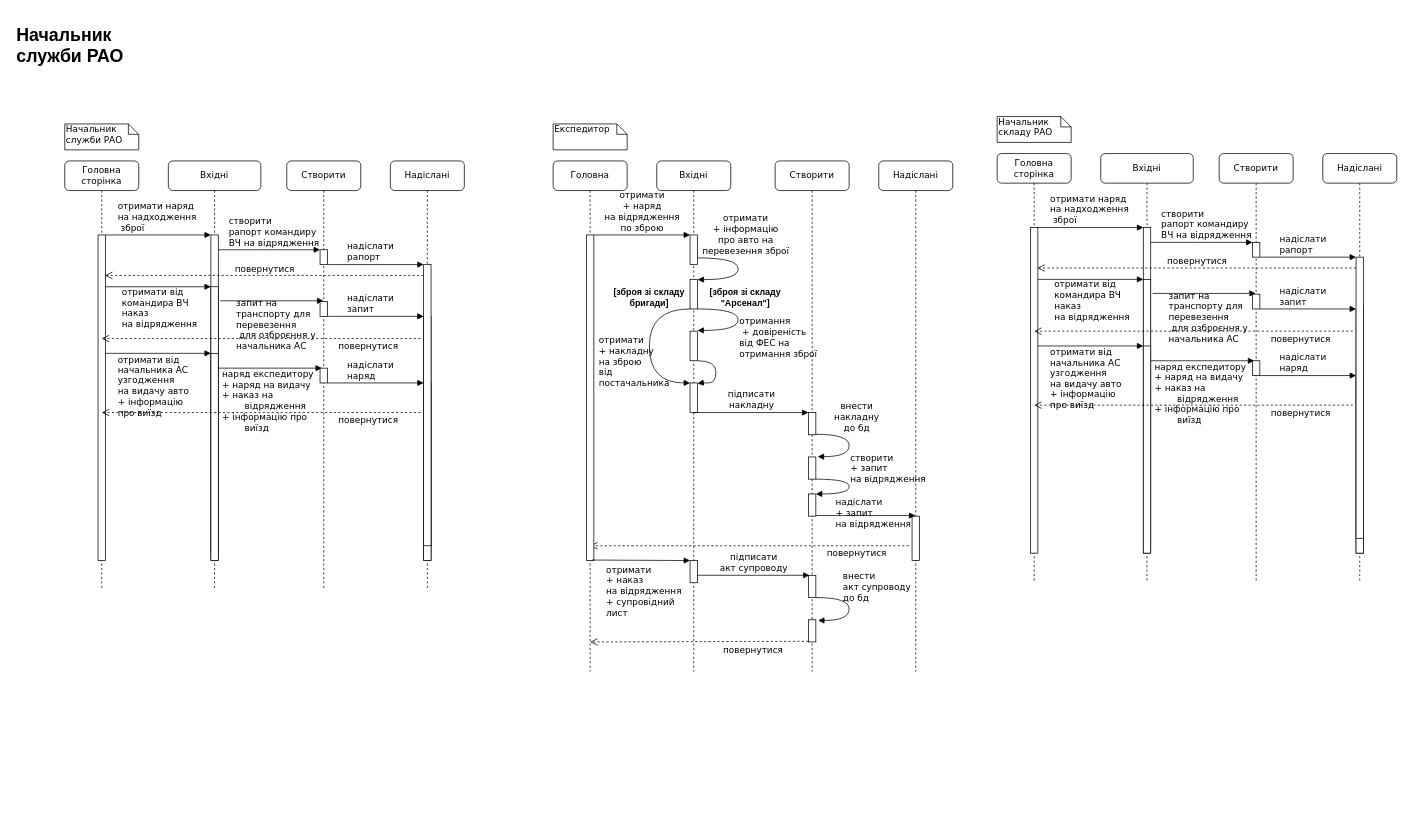
This is sequence_diagrams.drawio from AnnaBozhenko/Property-accounting-service, a draw.io file, before an edit. Source tidied: cells renumbered, new cells numbered last; positions are measured from the earlier drawing's top-left corner, leaving out a move shared by most shapes. Both pictures are drawn from the tidied source at 74%, with x=0, y=0 at pixel (13, 20).
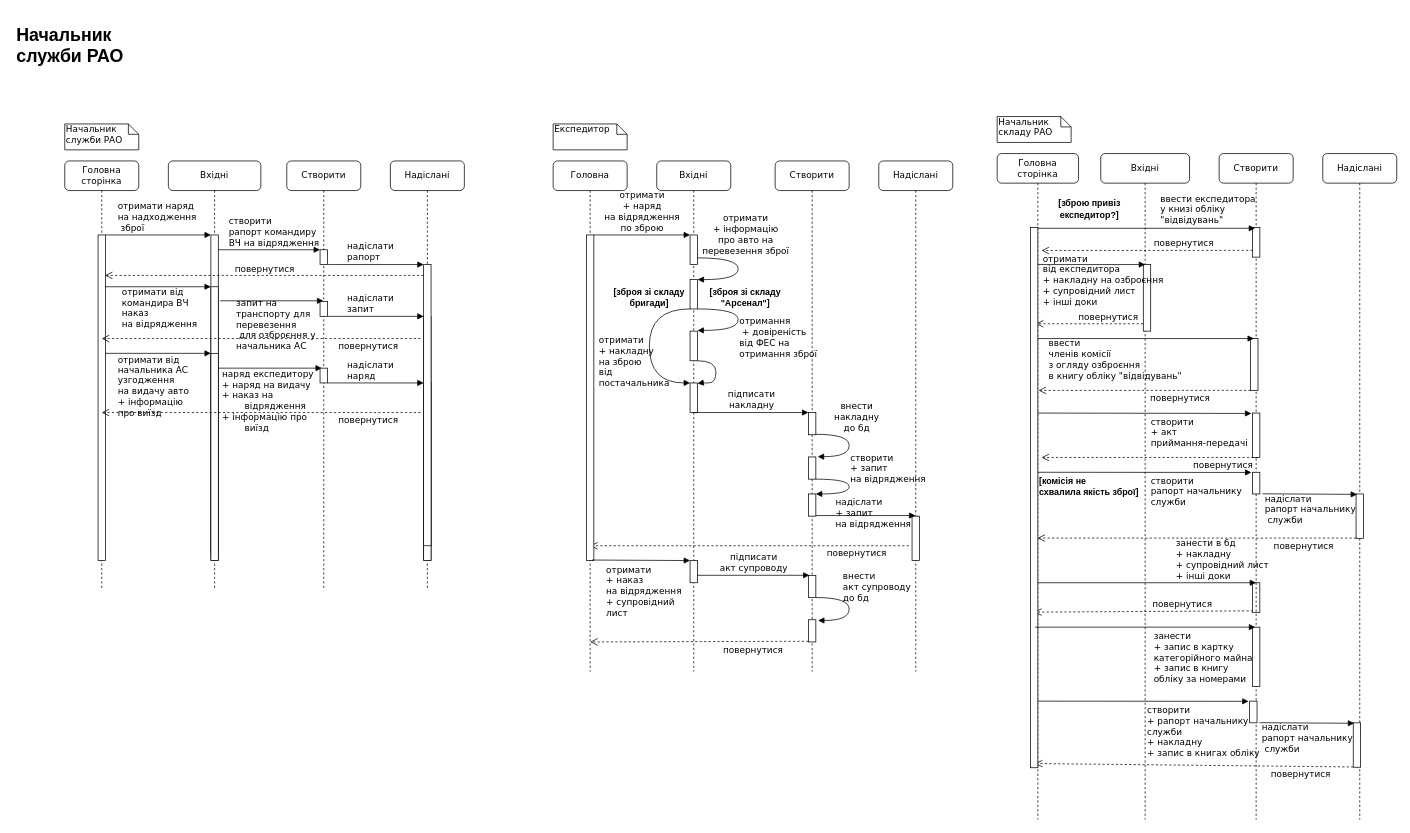
The same page after the edit.

Commit message:
Added base header sctivities

What changed in the source:
```diff
@@
     <mxCell id="63" value="Надіслані" style="shape=umlLifeline;perimeter=lifelinePerimeter;whiteSpace=wrap;html=1;rounded=1;shadow=0;comic=0;labelBackgroundColor=none;strokeWidth=1;fontFamily=Verdana;fontSize=12;align=center;" parent="1" vertex="1">
-      <mxGeometry x="1770" y="180" width="100" height="580" as="geometry" />
+      <mxGeometry x="1770" y="180" width="100" height="900" as="geometry" />
     </mxCell>
-    <mxCell id="64" style="html=1;perimeter=orthogonalPerimeter;rounded=0;shadow=0;comic=0;labelBackgroundColor=none;strokeWidth=1;fontFamily=Verdana;fontSize=12;align=center;" parent="63" vertex="1">
-      <mxGeometry x="45" y="210" width="10" height="330" as="geometry" />
-    </mxCell>
-    <mxCell id="65" style="html=1;perimeter=orthogonalPerimeter;rounded=0;shadow=0;comic=0;labelBackgroundColor=none;strokeWidth=1;fontFamily=Verdana;fontSize=12;align=center;" parent="63" vertex="1">
-      <mxGeometry x="45" y="300" width="10" height="240" as="geometry" />
-    </mxCell>
-    <mxCell id="66" style="html=1;points=[];perimeter=orthogonalPerimeter;rounded=0;shadow=0;comic=0;labelBackgroundColor=none;strokeWidth=1;fontFamily=Verdana;fontSize=12;align=center;" parent="1" vertex="1">
-      <mxGeometry x="1815" y="320" width="10" height="380" as="geometry" />
-    </mxCell>
+    <mxCell id="90" style="html=1;points=[];perimeter=orthogonalPerimeter;rounded=0;shadow=0;comic=0;labelBackgroundColor=none;strokeWidth=1;fontFamily=Verdana;fontSize=12;align=center;" parent="63" vertex="1">
+      <mxGeometry x="45" y="460" width="10" height="60" as="geometry" />
+    </mxCell>
     <mxCell id="67" value="Вхідні" style="shape=umlLifeline;perimeter=lifelinePerimeter;whiteSpace=wrap;html=1;rounded=1;shadow=0;comic=0;labelBackgroundColor=none;strokeWidth=1;fontFamily=Verdana;fontSize=12;align=center;" parent="1" vertex="1">
-      <mxGeometry x="1470" y="180" width="125" height="580" as="geometry" />
+      <mxGeometry x="1470" y="180" width="120" height="900" as="geometry" />
     </mxCell>
-    <mxCell id="68" style="html=1;points=[];perimeter=orthogonalPerimeter;rounded=0;shadow=0;comic=0;labelBackgroundColor=none;strokeWidth=1;fontFamily=Verdana;fontSize=12;align=center;" parent="67" vertex="1">
-      <mxGeometry x="57.5" y="100" width="10" height="440" as="geometry" />
-    </mxCell>
     <mxCell id="69" style="html=1;perimeter=orthogonalPerimeter;rounded=0;shadow=0;comic=0;labelBackgroundColor=none;strokeWidth=1;fontFamily=Verdana;fontSize=12;align=center;" parent="67" vertex="1">
-      <mxGeometry x="57.5" y="170" width="10" height="360" as="geometry" />
+      <mxGeometry x="57.5" y="150" width="10" height="90" as="geometry" />
     </mxCell>
-    <mxCell id="70" style="html=1;perimeter=orthogonalPerimeter;rounded=0;shadow=0;comic=0;labelBackgroundColor=none;strokeWidth=1;fontFamily=Verdana;fontSize=12;align=center;" parent="67" vertex="1">
-      <mxGeometry x="57.5" y="260" width="10" height="280" as="geometry" />
-    </mxCell>
-    <mxCell id="71" value="наряд експедитору&amp;nbsp;&lt;br&gt;+ наряд на видачу&lt;br&gt;+ наказ на &lt;br&gt;&lt;span style=&quot;white-space: pre;&quot;&gt;&#9;&lt;/span&gt;відрядження&lt;br&gt;&lt;div style=&quot;&quot;&gt;&lt;span style=&quot;background-color: initial;&quot;&gt;+ інформацію про&amp;nbsp;&lt;/span&gt;&lt;/div&gt;&lt;div style=&quot;&quot;&gt;&lt;span style=&quot;background-color: initial;&quot;&gt;&lt;span style=&quot;white-space: pre;&quot;&gt;&#9;&lt;/span&gt;виїзд&lt;/span&gt;&lt;/div&gt;" style="html=1;verticalAlign=bottom;endArrow=block;labelBackgroundColor=none;fontFamily=Verdana;fontSize=12;align=left;" parent="67" edge="1">
-      <mxGeometry x="-0.96" y="-90" relative="1" as="geometry">
-        <mxPoint x="67.5" y="280" as="sourcePoint" />
-        <mxPoint x="207.5" y="280" as="targetPoint" />
-      </mxGeometry>
-    </mxCell>
+    <mxCell id="91" value="повернутися" style="html=1;verticalAlign=bottom;endArrow=open;dashed=1;endSize=8;labelBackgroundColor=none;fontFamily=Verdana;fontSize=12;entryX=0.9;entryY=0.07;entryDx=0;entryDy=0;entryPerimeter=0;" parent="67" edge="1">
+      <mxGeometry x="-0.34" relative="1" as="geometry">
+        <mxPoint x="57.5" y="230" as="sourcePoint" />
+        <mxPoint x="-87.5" y="230" as="targetPoint" />
+      </mxGeometry>
+    </mxCell>
+    <mxCell id="92" value="отримати&amp;nbsp;&lt;br&gt;від експедитора&lt;br&gt;+ накладну на озброєння&lt;br&gt;+ супровідний лист&lt;br&gt;+ інші доки" style="html=1;verticalAlign=bottom;endArrow=block;labelBackgroundColor=none;fontFamily=Verdana;fontSize=12;align=left;" parent="67" edge="1">
+      <mxGeometry x="-0.93" y="-60" relative="1" as="geometry">
+        <mxPoint x="-85" y="150" as="sourcePoint" />
+        <mxPoint x="60" y="150" as="targetPoint" />
+      </mxGeometry>
+    </mxCell>
+    <mxCell id="93" value="повернутися" style="html=1;verticalAlign=bottom;endArrow=open;dashed=1;endSize=8;labelBackgroundColor=none;fontFamily=Verdana;fontSize=12;entryX=1.352;entryY=0.523;entryDx=0;entryDy=0;entryPerimeter=0;exitX=0.093;exitY=0.949;exitDx=0;exitDy=0;exitPerimeter=0;" parent="67" edge="1" source="94">
+      <mxGeometry x="-0.35" y="-1" relative="1" as="geometry">
+        <mxPoint x="-90" y="619.7" as="targetPoint" />
+      </mxGeometry>
+    </mxCell>
+    <mxCell id="94" style="html=1;points=[];perimeter=orthogonalPerimeter;rounded=0;shadow=0;comic=0;labelBackgroundColor=none;strokeWidth=1;fontFamily=Verdana;fontSize=12;align=center;" parent="67" vertex="1">
+      <mxGeometry x="205" y="580" width="10" height="40" as="geometry" />
+    </mxCell>
+    <mxCell id="95" value="занести в бд&lt;br&gt;+ накладну&lt;br&gt;+ супровідний лист&lt;br&gt;+ інші доки" style="html=1;verticalAlign=bottom;endArrow=block;labelBackgroundColor=none;fontFamily=Verdana;fontSize=12;align=left;" parent="67" edge="1">
+      <mxGeometry x="0.26" relative="1" as="geometry">
+        <mxPoint x="-87.5" y="580" as="sourcePoint" />
+        <mxPoint x="210" y="580" as="targetPoint" />
+      </mxGeometry>
+    </mxCell>
     <mxCell id="72" value="Створити" style="shape=umlLifeline;perimeter=lifelinePerimeter;whiteSpace=wrap;html=1;outlineConnect=0;rounded=1;shadow=0;comic=0;labelBackgroundColor=none;strokeWidth=1;fontFamily=Verdana;fontSize=12;align=center;" parent="1" vertex="1">
-      <mxGeometry x="1630" y="180" width="100" height="580" as="geometry" />
+      <mxGeometry x="1630" y="180" width="100" height="900" as="geometry" />
     </mxCell>
     <mxCell id="73" style="html=1;points=[];perimeter=orthogonalPerimeter;rounded=0;shadow=0;comic=0;labelBackgroundColor=none;strokeWidth=1;fontFamily=Verdana;fontSize=12;align=center;" parent="72" vertex="1">
-      <mxGeometry x="45" y="120" width="10" height="20" as="geometry" />
+      <mxGeometry x="45" y="100" width="10" height="40" as="geometry" />
     </mxCell>
-    <mxCell id="74" value="запит на &lt;br&gt;транспорту для &lt;br&gt;перевезення&lt;br&gt;&amp;nbsp;для озброєння у &lt;br&gt;начальника АС" style="html=1;verticalAlign=bottom;endArrow=block;labelBackgroundColor=none;fontFamily=Verdana;fontSize=12;align=left;" parent="72" edge="1" target="72">
-      <mxGeometry x="-0.71" y="-71" relative="1" as="geometry">
-        <mxPoint x="-90" y="189" as="sourcePoint" />
-      </mxGeometry>
-    </mxCell>
-    <mxCell id="75" style="html=1;perimeter=orthogonalPerimeter;rounded=0;shadow=0;comic=0;labelBackgroundColor=none;strokeWidth=1;fontFamily=Verdana;fontSize=12;align=center;" parent="72" vertex="1">
-      <mxGeometry x="45" y="190" width="10" height="20" as="geometry" />
-    </mxCell>
-    <mxCell id="76" style="html=1;perimeter=orthogonalPerimeter;rounded=0;shadow=0;comic=0;labelBackgroundColor=none;strokeWidth=1;fontFamily=Verdana;fontSize=12;align=center;" parent="72" vertex="1">
-      <mxGeometry x="45" y="280" width="10" height="20" as="geometry" />
-    </mxCell>
+    <mxCell id="96" value="створити&lt;br&gt;+ акт &lt;br&gt;приймання-передачі" style="html=1;verticalAlign=bottom;endArrow=block;labelBackgroundColor=none;fontFamily=Verdana;fontSize=12;align=left;entryX=-0.144;entryY=0.009;entryDx=0;entryDy=0;entryPerimeter=0;" parent="72" edge="1" target="97">
+      <mxGeometry x="0.05" y="-50" relative="1" as="geometry">
+        <mxPoint x="-246.2" y="350.7" as="sourcePoint" />
+      </mxGeometry>
+    </mxCell>
+    <mxCell id="70" style="html=1;perimeter=orthogonalPerimeter;rounded=0;shadow=0;comic=0;labelBackgroundColor=none;strokeWidth=1;fontFamily=Verdana;fontSize=12;align=center;" parent="72" vertex="1">
+      <mxGeometry x="42.5" y="250" width="10" height="70" as="geometry" />
+    </mxCell>
+    <mxCell id="97" style="html=1;points=[];perimeter=orthogonalPerimeter;rounded=0;shadow=0;comic=0;labelBackgroundColor=none;strokeWidth=1;fontFamily=Verdana;fontSize=12;align=center;" parent="72" vertex="1">
+      <mxGeometry x="45" y="350.7" width="10" height="60" as="geometry" />
+    </mxCell>
+    <mxCell id="88" value="повернутися" style="html=1;verticalAlign=bottom;endArrow=open;dashed=1;endSize=8;labelBackgroundColor=none;fontFamily=Verdana;fontSize=12;" parent="72" edge="1">
+      <mxGeometry x="-0.67" y="20" relative="1" as="geometry">
+        <mxPoint x="52.5" y="410.7" as="sourcePoint" />
+        <mxPoint x="-240" y="410.7" as="targetPoint" />
+      </mxGeometry>
+    </mxCell>
+    <mxCell id="98" value="створити&amp;nbsp;&lt;br&gt;рапорт начальнику &lt;br&gt;служби" style="html=1;verticalAlign=bottom;endArrow=block;labelBackgroundColor=none;fontFamily=Verdana;fontSize=12;align=left;entryX=-0.144;entryY=0.009;entryDx=0;entryDy=0;entryPerimeter=0;" parent="72" edge="1" target="99">
+      <mxGeometry x="0.05" y="-50" relative="1" as="geometry">
+        <mxPoint x="-246.2" y="430.7" as="sourcePoint" />
+      </mxGeometry>
+    </mxCell>
+    <mxCell id="99" style="html=1;points=[];perimeter=orthogonalPerimeter;rounded=0;shadow=0;comic=0;labelBackgroundColor=none;strokeWidth=1;fontFamily=Verdana;fontSize=12;align=center;" parent="72" vertex="1">
+      <mxGeometry x="45" y="430.7" width="10" height="29.3" as="geometry" />
+    </mxCell>
+    <mxCell id="80" value="ввести&amp;nbsp;&lt;br&gt;членів комісії &lt;br&gt;з огляду озброєння &lt;br&gt;в книгу обліку &quot;відвідувань&quot;" style="html=1;verticalAlign=bottom;endArrow=block;labelBackgroundColor=none;fontFamily=Verdana;fontSize=12;align=left;" parent="72" edge="1">
+      <mxGeometry x="-0.9" y="-60" relative="1" as="geometry">
+        <mxPoint x="-247.5" y="250" as="sourcePoint" />
+        <mxPoint x="47" y="250" as="targetPoint" />
+      </mxGeometry>
+    </mxCell>
+    <mxCell id="100" value="повернутися" style="html=1;verticalAlign=bottom;endArrow=open;dashed=1;endSize=8;labelBackgroundColor=none;fontFamily=Verdana;fontSize=12;entryX=1.352;entryY=0.523;entryDx=0;entryDy=0;entryPerimeter=0;" parent="72" edge="1">
+      <mxGeometry x="-0.33" y="20" relative="1" as="geometry">
+        <mxPoint x="42.5" y="320" as="sourcePoint" />
+        <mxPoint x="-244" y="320.1" as="targetPoint" />
+      </mxGeometry>
+    </mxCell>
+    <mxCell id="101" style="html=1;perimeter=orthogonalPerimeter;rounded=0;shadow=0;comic=0;labelBackgroundColor=none;strokeWidth=1;fontFamily=Verdana;fontSize=12;align=center;" parent="72" vertex="1">
+      <mxGeometry x="45" y="640" width="10" height="80" as="geometry" />
+    </mxCell>
+    <mxCell id="102" style="html=1;points=[];perimeter=orthogonalPerimeter;rounded=0;shadow=0;comic=0;labelBackgroundColor=none;strokeWidth=1;fontFamily=Verdana;fontSize=12;align=center;" parent="72" vertex="1">
+      <mxGeometry x="181.2" y="769.3" width="10" height="60" as="geometry" />
+    </mxCell>
+    <mxCell id="103" value="створити&amp;nbsp;&lt;br&gt;+ рапорт начальнику &lt;br&gt;служби&lt;br&gt;+ накладну&lt;br&gt;+ запис в книгах обліку&lt;br&gt;" style="html=1;verticalAlign=bottom;endArrow=block;labelBackgroundColor=none;fontFamily=Verdana;fontSize=12;align=left;entryX=-0.144;entryY=0.009;entryDx=0;entryDy=0;entryPerimeter=0;" parent="72" edge="1" target="104">
+      <mxGeometry x="0.04" y="-80" relative="1" as="geometry">
+        <mxPoint x="-250" y="740" as="sourcePoint" />
+      </mxGeometry>
+    </mxCell>
+    <mxCell id="104" style="html=1;points=[];perimeter=orthogonalPerimeter;rounded=0;shadow=0;comic=0;labelBackgroundColor=none;strokeWidth=1;fontFamily=Verdana;fontSize=12;align=center;" parent="72" vertex="1">
+      <mxGeometry x="41.2" y="740" width="10" height="29.3" as="geometry" />
+    </mxCell>
+    <mxCell id="105" value="надіслати&amp;nbsp;&lt;br&gt;рапорт начальнику&lt;br&gt;&amp;nbsp;служби" style="html=1;verticalAlign=bottom;endArrow=block;labelBackgroundColor=none;fontFamily=Verdana;fontSize=12;align=left;entryX=0.137;entryY=0.01;entryDx=0;entryDy=0;entryPerimeter=0;exitX=1.337;exitY=0.994;exitDx=0;exitDy=0;exitPerimeter=0;" parent="72" edge="1" source="104" target="102">
+      <mxGeometry x="-0.97" y="-45" relative="1" as="geometry" />
+    </mxCell>
+    <mxCell id="106" value="повернутися" style="html=1;verticalAlign=bottom;endArrow=open;dashed=1;endSize=8;labelBackgroundColor=none;fontFamily=Verdana;fontSize=12;entryX=0.996;entryY=0.68;entryDx=0;entryDy=0;entryPerimeter=0;exitX=0.019;exitY=0.994;exitDx=0;exitDy=0;exitPerimeter=0;" parent="72" edge="1" source="102">
+      <mxGeometry x="-0.67" y="20" relative="1" as="geometry">
+        <mxPoint x="-248.8" y="824.3" as="targetPoint" />
+      </mxGeometry>
+    </mxCell>
     <mxCell id="77" value="Головна сторінка" style="shape=umlLifeline;perimeter=lifelinePerimeter;whiteSpace=wrap;html=1;outlineConnect=0;rounded=1;shadow=0;comic=0;labelBackgroundColor=none;strokeWidth=1;fontFamily=Verdana;fontSize=12;align=center;" parent="1" vertex="1">
-      <mxGeometry x="1330" y="180" width="100" height="580" as="geometry" />
+      <mxGeometry x="1330" y="180" width="110" height="900" as="geometry" />
     </mxCell>
     <mxCell id="78" style="html=1;points=[];perimeter=orthogonalPerimeter;rounded=0;shadow=0;comic=0;labelBackgroundColor=none;strokeWidth=1;fontFamily=Verdana;fontSize=12;align=center;" parent="77" vertex="1">
-      <mxGeometry x="45" y="100" width="10" height="440" as="geometry" />
+      <mxGeometry x="45" y="100" width="10" height="730" as="geometry" />
     </mxCell>
-    <mxCell id="79" value="&lt;div style=&quot;text-align: left;&quot;&gt;&lt;span style=&quot;background-color: initial;&quot;&gt;отримати від&lt;/span&gt;&lt;/div&gt;&lt;div style=&quot;text-align: left;&quot;&gt;&lt;span style=&quot;background-color: initial;&quot;&gt;командира ВЧ&lt;/span&gt;&lt;/div&gt;&lt;div style=&quot;text-align: left;&quot;&gt;&lt;span style=&quot;background-color: initial;&quot;&gt;наказ&lt;/span&gt;&lt;/div&gt;на відрядження" style="html=1;verticalAlign=bottom;endArrow=block;labelBackgroundColor=none;fontFamily=Verdana;fontSize=12;" parent="77" edge="1">
-      <mxGeometry x="0.03" y="-60" relative="1" as="geometry">
-        <mxPoint x="55" y="170" as="sourcePoint" />
-        <mxPoint x="197.5" y="170" as="targetPoint" />
-      </mxGeometry>
-    </mxCell>
-    <mxCell id="80" value="отримати від &lt;br&gt;начальника АС&lt;br&gt;узгодження&lt;br&gt;на видачу авто&lt;br&gt;+ інформацію &lt;br&gt;про виїзд" style="html=1;verticalAlign=bottom;endArrow=block;labelBackgroundColor=none;fontFamily=Verdana;fontSize=12;align=left;" parent="77" edge="1">
-      <mxGeometry x="-0.79" y="-90" relative="1" as="geometry">
-        <mxPoint x="55" y="260" as="sourcePoint" />
-        <mxPoint x="197.5" y="260" as="targetPoint" />
-      </mxGeometry>
-    </mxCell>
-    <mxCell id="81" value="надіслати &lt;br&gt;рапорт" style="html=1;verticalAlign=bottom;endArrow=block;labelBackgroundColor=none;fontFamily=Verdana;fontSize=12;edgeStyle=elbowEdgeStyle;elbow=vertical;align=left;" parent="1" edge="1" source="73" target="66">
-      <mxGeometry x="-0.62" relative="1" as="geometry">
-        <Array as="points">
-          <mxPoint x="1690" y="320" />
-        </Array>
-      </mxGeometry>
-    </mxCell>
+    <mxCell id="107" value="&lt;b&gt;[зброю привіз експедитор?]&lt;/b&gt;" style="text;html=1;strokeColor=none;fillColor=none;align=center;verticalAlign=middle;whiteSpace=wrap;rounded=0;" parent="77" vertex="1">
+      <mxGeometry x="80" y="60" width="90" height="30" as="geometry" />
+    </mxCell>
+    <mxCell id="108" value="&lt;b&gt;[комісія не&lt;br&gt;схвалила якість зброї]&lt;/b&gt;" style="text;html=1;strokeColor=none;fillColor=none;align=left;verticalAlign=middle;whiteSpace=wrap;rounded=0;" parent="77" vertex="1">
+      <mxGeometry x="55" y="435" width="165" height="30" as="geometry" />
+    </mxCell>
-    <mxCell id="82" value="отримати наряд &lt;br&gt;на надходження&lt;br&gt;&amp;nbsp;зброї" style="html=1;verticalAlign=bottom;endArrow=block;entryX=0;entryY=0;labelBackgroundColor=none;fontFamily=Verdana;fontSize=12;edgeStyle=elbowEdgeStyle;elbow=vertical;align=left;" parent="1" edge="1" source="78" target="68">
-      <mxGeometry x="-0.79" relative="1" as="geometry" />
+    <mxCell id="82" value="ввести експедитора &lt;br&gt;у книзі обліку &lt;br&gt;&quot;відвідувань&quot;" style="html=1;verticalAlign=bottom;endArrow=block;entryX=0.362;entryY=0.026;labelBackgroundColor=none;fontFamily=Verdana;fontSize=12;edgeStyle=elbowEdgeStyle;elbow=vertical;align=left;entryDx=0;entryDy=0;entryPerimeter=0;" parent="1" edge="1" source="78" target="73">
+      <mxGeometry x="0.12" y="1" relative="1" as="geometry" />
     </mxCell>
-    <mxCell id="83" value="створити &lt;br&gt;рапорт командиру &lt;br&gt;ВЧ на відрядження" style="html=1;verticalAlign=bottom;endArrow=block;entryX=0;entryY=0;labelBackgroundColor=none;fontFamily=Verdana;fontSize=12;edgeStyle=elbowEdgeStyle;elbow=vertical;align=left;" parent="1" edge="1" source="68" target="73">
-      <mxGeometry x="-0.82" relative="1" as="geometry" />
-    </mxCell>
@@
-    <mxCell id="85" value="повернутися" style="html=1;verticalAlign=bottom;endArrow=open;dashed=1;endSize=8;labelBackgroundColor=none;fontFamily=Verdana;fontSize=12;" parent="1" edge="1">
-      <mxGeometry relative="1" as="geometry">
-        <mxPoint x="1815" y="334.7" as="sourcePoint" />
-        <mxPoint x="1384.3" y="334.7" as="targetPoint" />
-      </mxGeometry>
-    </mxCell>
-    <mxCell id="86" value="повернутися" style="html=1;verticalAlign=bottom;endArrow=open;dashed=1;endSize=8;labelBackgroundColor=none;fontFamily=Verdana;fontSize=12;" parent="1" edge="1">
-      <mxGeometry x="-0.67" y="20" relative="1" as="geometry">
-        <mxPoint x="1810.7" y="420" as="sourcePoint" />
-        <mxPoint x="1380" y="420" as="targetPoint" />
+    <mxCell id="86" value="повернутися" style="html=1;verticalAlign=bottom;endArrow=open;dashed=1;endSize=8;labelBackgroundColor=none;fontFamily=Verdana;fontSize=12;exitX=0.031;exitY=0.771;exitDx=0;exitDy=0;exitPerimeter=0;" parent="1" edge="1" source="73">
+      <mxGeometry x="-0.35" y="-1" relative="1" as="geometry">
+        <mxPoint x="1390" y="311" as="targetPoint" />
       </mxGeometry>
     </mxCell>
-    <mxCell id="87" value="надіслати &lt;br&gt;наряд" style="html=1;verticalAlign=bottom;endArrow=block;labelBackgroundColor=none;fontFamily=Verdana;fontSize=12;edgeStyle=elbowEdgeStyle;elbow=vertical;align=left;" parent="1" edge="1">
-      <mxGeometry x="-0.62" relative="1" as="geometry">
-        <mxPoint x="1685" y="480" as="sourcePoint" />
-        <mxPoint x="1815" y="480" as="targetPoint" />
-        <Array as="points">
-          <mxPoint x="1690" y="480" />
-        </Array>
-      </mxGeometry>
-    </mxCell>
-    <mxCell id="88" value="повернутися" style="html=1;verticalAlign=bottom;endArrow=open;dashed=1;endSize=8;labelBackgroundColor=none;fontFamily=Verdana;fontSize=12;" parent="1" edge="1">
-      <mxGeometry x="-0.67" y="20" relative="1" as="geometry">
-        <mxPoint x="1810.7" y="520" as="sourcePoint" />
-        <mxPoint x="1380" y="520" as="targetPoint" />
-      </mxGeometry>
-    </mxCell>
-    <mxCell id="89" value="надіслати &lt;br&gt;запит" style="html=1;verticalAlign=bottom;endArrow=block;labelBackgroundColor=none;fontFamily=Verdana;fontSize=12;edgeStyle=elbowEdgeStyle;elbow=vertical;align=left;" parent="1" edge="1">
-      <mxGeometry x="-0.62" relative="1" as="geometry">
-        <mxPoint x="1685" y="390" as="sourcePoint" />
-        <mxPoint x="1815" y="390" as="targetPoint" />
-        <Array as="points">
-          <mxPoint x="1690" y="390" />
-        </Array>
-      </mxGeometry>
-    </mxCell>
+    <mxCell id="109" value="занести&amp;nbsp;&lt;br&gt;+ запис в картку &lt;br&gt;категорійного майна&lt;br&gt;+ запис в книгу &lt;br&gt;обліку за номерами" style="html=1;verticalAlign=bottom;endArrow=block;labelBackgroundColor=none;fontFamily=Verdana;fontSize=12;align=left;" parent="1" edge="1">
+      <mxGeometry x="0.07" y="-80" relative="1" as="geometry">
+        <mxPoint x="1381.2" y="820" as="sourcePoint" />
+        <mxPoint x="1678.8" y="820" as="targetPoint" />
+      </mxGeometry>
+    </mxCell>
+    <mxCell id="110" value="надіслати&amp;nbsp;&lt;br&gt;рапорт начальнику&lt;br&gt;&amp;nbsp;служби" style="html=1;verticalAlign=bottom;endArrow=block;labelBackgroundColor=none;fontFamily=Verdana;fontSize=12;align=left;entryX=0.137;entryY=0.01;entryDx=0;entryDy=0;entryPerimeter=0;exitX=1.337;exitY=0.994;exitDx=0;exitDy=0;exitPerimeter=0;" parent="1" edge="1" source="99" target="90">
+      <mxGeometry x="-0.97" y="-45" relative="1" as="geometry" />
+    </mxCell>
+    <mxCell id="111" value="повернутися" style="html=1;verticalAlign=bottom;endArrow=open;dashed=1;endSize=8;labelBackgroundColor=none;fontFamily=Verdana;fontSize=12;exitX=0.019;exitY=0.994;exitDx=0;exitDy=0;exitPerimeter=0;" parent="1" edge="1" source="90" target="77">
+      <mxGeometry x="-0.67" y="20" relative="1" as="geometry" />
+    </mxCell>
```
